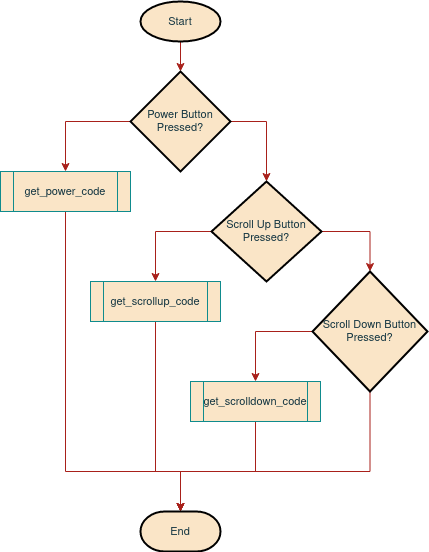
Earlier version of the draw.io export tv_remote/report/images/Flowchart.png (ESRGgroup9/slipad). Source tidied: cells renumbered, new cells last; positions are measured from the earlier drawing's top-left corner, leaving out a move shared by most shapes.
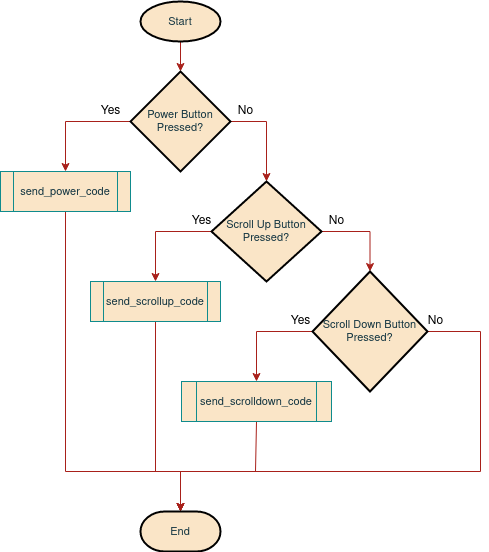
Above is the later version.

The edit, as a diff of the source:
```diff
@@ -29,10 +29,11 @@
     <mxCell id="10" style="edgeStyle=orthogonalEdgeStyle;rounded=0;sketch=0;jettySize=auto;html=1;exitX=0;exitY=0.5;exitDx=0;exitDy=0;exitPerimeter=0;entryX=0.5;entryY=0;entryDx=0;entryDy=0;fontSize=11;fontColor=#143642;strokeColor=#A8201A;fillColor=#FAE5C7;" parent="1" edge="1" source="12" target="18">
       <mxGeometry relative="1" as="geometry" />
     </mxCell>
-    <mxCell id="11" style="edgeStyle=orthogonalEdgeStyle;rounded=0;sketch=0;jettySize=auto;html=1;exitX=0.5;exitY=1;exitDx=0;exitDy=0;exitPerimeter=0;fontSize=11;fontColor=#143642;strokeColor=#A8201A;fillColor=#FAE5C7;" parent="1" edge="1" source="12" target="19">
+    <mxCell id="11" style="edgeStyle=orthogonalEdgeStyle;rounded=0;sketch=0;jettySize=auto;html=1;exitX=1;exitY=0.5;exitDx=0;exitDy=0;exitPerimeter=0;fontSize=11;fontColor=#143642;strokeColor=#A8201A;fillColor=#FAE5C7;" parent="1" edge="1" source="12" target="19">
       <mxGeometry relative="1" as="geometry">
         <Array as="points">
-          <mxPoint x="370" y="470" />
+          <mxPoint x="480" y="330" />
+          <mxPoint x="480" y="470" />
           <mxPoint x="180" y="470" />
         </Array>
       </mxGeometry>
@@ -48,7 +49,7 @@
         </Array>
       </mxGeometry>
     </mxCell>
-    <mxCell id="14" value="get_power_code" style="shape=process;whiteSpace=wrap;html=1;backgroundOutline=1;rounded=0;sketch=0;fontSize=11;fontColor=#143642;strokeColor=#0F8B8D;fillColor=#FAE5C7;verticalAlign=middle;" parent="1" vertex="1">
+    <mxCell id="14" value="send_power_code" style="shape=process;whiteSpace=wrap;html=1;backgroundOutline=1;rounded=0;sketch=0;fontSize=11;fontColor=#143642;strokeColor=#0F8B8D;fillColor=#FAE5C7;verticalAlign=middle;" parent="1" vertex="1">
       <mxGeometry y="170" width="130" height="40" as="geometry" />
     </mxCell>
     <mxCell id="15" style="edgeStyle=orthogonalEdgeStyle;rounded=0;sketch=0;jettySize=auto;html=1;exitX=0.5;exitY=1;exitDx=0;exitDy=0;fontSize=11;fontColor=#143642;strokeColor=#A8201A;fillColor=#FAE5C7;" parent="1" edge="1" source="16">
@@ -60,7 +61,7 @@
         </Array>
       </mxGeometry>
     </mxCell>
-    <mxCell id="16" value="get_scrollup_code" style="shape=process;whiteSpace=wrap;html=1;backgroundOutline=1;rounded=0;sketch=0;fontSize=11;fontColor=#143642;strokeColor=#0F8B8D;fillColor=#FAE5C7;verticalAlign=middle;" parent="1" vertex="1">
+    <mxCell id="16" value="send_scrollup_code" style="shape=process;whiteSpace=wrap;html=1;backgroundOutline=1;rounded=0;sketch=0;fontSize=11;fontColor=#143642;strokeColor=#0F8B8D;fillColor=#FAE5C7;verticalAlign=middle;" parent="1" vertex="1">
       <mxGeometry x="90" y="280" width="130" height="40" as="geometry" />
     </mxCell>
     <mxCell id="17" style="edgeStyle=orthogonalEdgeStyle;rounded=0;sketch=0;jettySize=auto;html=1;exitX=0.5;exitY=1;exitDx=0;exitDy=0;entryX=0.5;entryY=0;entryDx=0;entryDy=0;entryPerimeter=0;fontSize=11;fontColor=#143642;strokeColor=#A8201A;fillColor=#FAE5C7;" parent="1" edge="1" source="18" target="19">
@@ -71,11 +72,29 @@
         </Array>
       </mxGeometry>
     </mxCell>
-    <mxCell id="18" value="get_scrolldown_code" style="shape=process;whiteSpace=wrap;html=1;backgroundOutline=1;rounded=0;sketch=0;fontSize=11;fontColor=#143642;strokeColor=#0F8B8D;fillColor=#FAE5C7;verticalAlign=middle;" parent="1" vertex="1">
-      <mxGeometry x="190" y="380" width="130" height="40" as="geometry" />
+    <mxCell id="18" value="&lt;div&gt;send_scrolldown_code&lt;/div&gt;" style="shape=process;whiteSpace=wrap;html=1;backgroundOutline=1;rounded=0;sketch=0;fontSize=11;fontColor=#143642;strokeColor=#0F8B8D;fillColor=#FAE5C7;verticalAlign=middle;" parent="1" vertex="1">
+      <mxGeometry x="181" y="380" width="150" height="40" as="geometry" />
     </mxCell>
     <mxCell id="19" value="End" style="strokeWidth=2;html=1;shape=mxgraph.flowchart.terminator;whiteSpace=wrap;rounded=0;sketch=0;fontSize=11;fontColor=#143642;fillColor=#FAE5C7;verticalAlign=middle;" parent="1" vertex="1">
       <mxGeometry x="140" y="510" width="80" height="40" as="geometry" />
     </mxCell>
+    <mxCell id="20" value="No" style="text;html=1;align=center;verticalAlign=middle;strokeColor=none;fillColor=none;" parent="1" vertex="1">
+      <mxGeometry x="230" y="100" width="30" height="20" as="geometry" />
+    </mxCell>
+    <mxCell id="21" value="Yes" style="text;html=1;align=center;verticalAlign=middle;strokeColor=none;fillColor=none;" parent="1" vertex="1">
+      <mxGeometry x="90" y="100" width="40" height="20" as="geometry" />
+    </mxCell>
+    <mxCell id="22" value="No" style="text;html=1;align=center;verticalAlign=middle;strokeColor=none;fillColor=none;" parent="1" vertex="1">
+      <mxGeometry x="321" y="210" width="30" height="20" as="geometry" />
+    </mxCell>
+    <mxCell id="23" value="Yes" style="text;html=1;align=center;verticalAlign=middle;strokeColor=none;fillColor=none;" parent="1" vertex="1">
+      <mxGeometry x="181" y="210" width="40" height="20" as="geometry" />
+    </mxCell>
+    <mxCell id="24" value="No" style="text;html=1;align=center;verticalAlign=middle;strokeColor=none;fillColor=none;" parent="1" vertex="1">
+      <mxGeometry x="420" y="310" width="30" height="20" as="geometry" />
+    </mxCell>
+    <mxCell id="25" value="Yes" style="text;html=1;align=center;verticalAlign=middle;strokeColor=none;fillColor=none;" parent="1" vertex="1">
+      <mxGeometry x="280" y="310" width="40" height="20" as="geometry" />
+    </mxCell>
   </root>
 </mxGraphModel>
```
